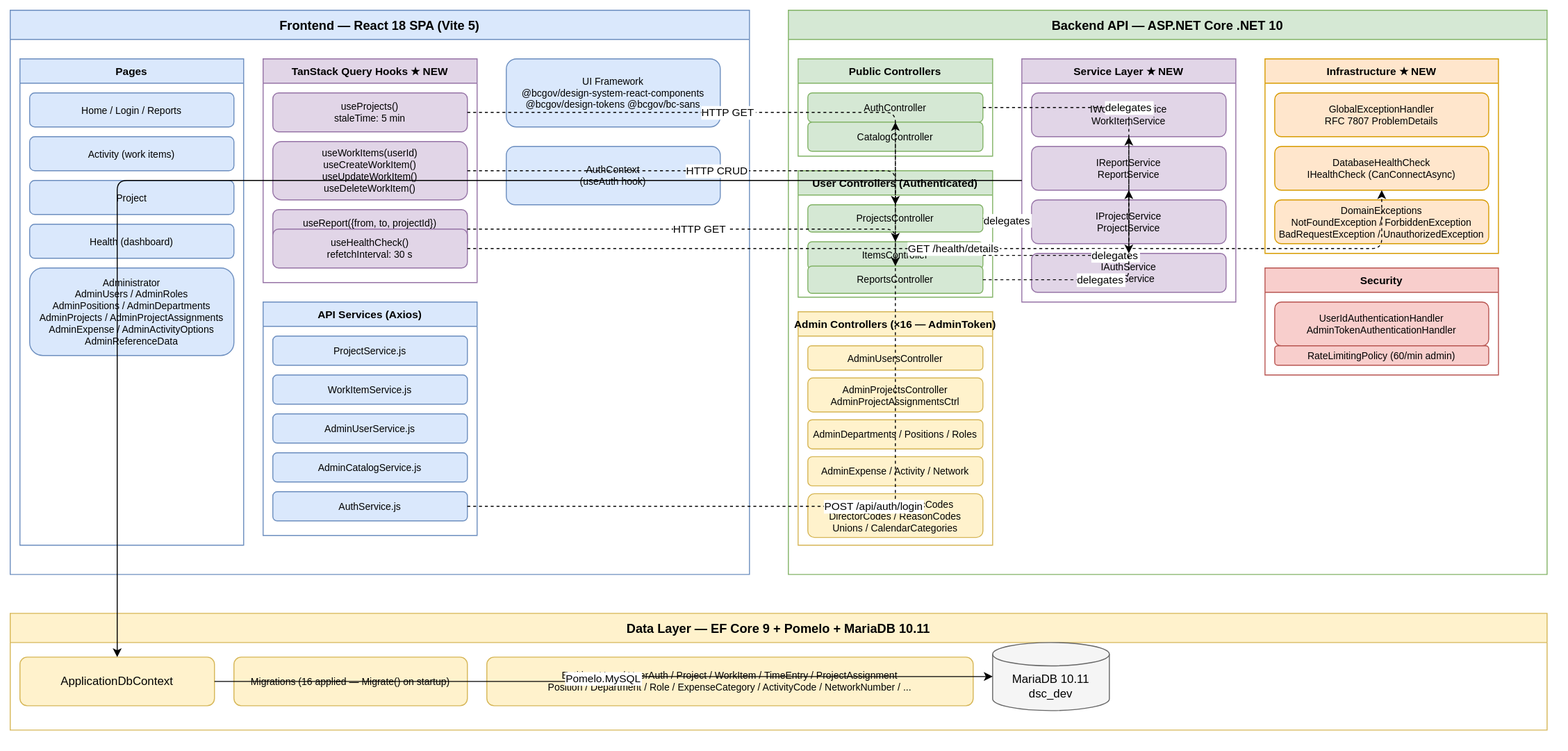
This is diagrams/drawio/svg/component-diagram.svg from rloisell/DSC-modernization, a draw.io export, as it was before one commit. Source tidied: cells renumbered, new cells last; positions are measured from the earlier drawing's top-left corner, leaving out a move shared by most shapes. The source it was exported from:
```xml
<mxGraphModel>
  <root>
    <mxCell id="0" />
    <mxCell id="1" parent="0" />
    <mxCell id="2" value="Frontend — React 18 SPA (Vite 5)" style="swimlane;startSize=30;fillColor=#dae8fc;strokeColor=#6c8ebf;fontStyle=1;fontSize=13;" parent="1" vertex="1">
      <mxGeometry width="760" height="580" as="geometry" />
    </mxCell>
    <mxCell id="3" value="Pages" style="swimlane;startSize=25;fillColor=#dae8fc;strokeColor=#6c8ebf;fontSize=11;" parent="2" vertex="1">
      <mxGeometry x="10" y="50" width="230" height="500" as="geometry" />
    </mxCell>
    <mxCell id="4" value="Home / Login / Reports" style="rounded=1;whiteSpace=wrap;html=1;fillColor=#dae8fc;strokeColor=#6c8ebf;fontSize=10;" parent="3" vertex="1">
      <mxGeometry x="10" y="35" width="210" height="35" as="geometry" />
    </mxCell>
    <mxCell id="5" value="Activity (work items)" style="rounded=1;whiteSpace=wrap;html=1;fillColor=#dae8fc;strokeColor=#6c8ebf;fontSize=10;" parent="3" vertex="1">
      <mxGeometry x="10" y="80" width="210" height="35" as="geometry" />
    </mxCell>
    <mxCell id="6" value="Project" style="rounded=1;whiteSpace=wrap;html=1;fillColor=#dae8fc;strokeColor=#6c8ebf;fontSize=10;" parent="3" vertex="1">
      <mxGeometry x="10" y="125" width="210" height="35" as="geometry" />
    </mxCell>
    <mxCell id="7" value="Health (dashboard)" style="rounded=1;whiteSpace=wrap;html=1;fillColor=#dae8fc;strokeColor=#6c8ebf;fontSize=10;" parent="3" vertex="1">
      <mxGeometry x="10" y="170" width="210" height="35" as="geometry" />
    </mxCell>
    <mxCell id="8" value="Administrator&#10;AdminUsers / AdminRoles&#10;AdminPositions / AdminDepartments&#10;AdminProjects / AdminProjectAssignments&#10;AdminExpense / AdminActivityOptions&#10;AdminReferenceData" style="rounded=1;whiteSpace=wrap;html=1;fillColor=#dae8fc;strokeColor=#6c8ebf;fontSize=10;" parent="3" vertex="1">
      <mxGeometry x="10" y="215" width="210" height="90" as="geometry" />
    </mxCell>
    <mxCell id="9" value="TanStack Query Hooks  ★ NEW" style="swimlane;startSize=25;fillColor=#e1d5e7;strokeColor=#9673a6;fontSize=11;" parent="2" vertex="1">
      <mxGeometry x="260" y="50" width="220" height="230" as="geometry" />
    </mxCell>
    <mxCell id="10" value="useProjects()&#10;staleTime: 5 min" style="rounded=1;whiteSpace=wrap;html=1;fillColor=#e1d5e7;strokeColor=#9673a6;fontSize=10;" parent="9" vertex="1">
      <mxGeometry x="10" y="35" width="200" height="40" as="geometry" />
    </mxCell>
    <mxCell id="11" value="useWorkItems(userId)&#10;useCreateWorkItem()&#10;useUpdateWorkItem()&#10;useDeleteWorkItem()" style="rounded=1;whiteSpace=wrap;html=1;fillColor=#e1d5e7;strokeColor=#9673a6;fontSize=10;" parent="9" vertex="1">
      <mxGeometry x="10" y="85" width="200" height="60" as="geometry" />
    </mxCell>
    <mxCell id="12" value="useReport({from, to, projectId})&#10;staleTime: 30 s" style="rounded=1;whiteSpace=wrap;html=1;fillColor=#e1d5e7;strokeColor=#9673a6;fontSize=10;" parent="9" vertex="1">
      <mxGeometry x="10" y="155" width="200" height="40" as="geometry" />
    </mxCell>
    <mxCell id="13" value="useHealthCheck()&#10;refetchInterval: 30 s" style="rounded=1;whiteSpace=wrap;html=1;fillColor=#e1d5e7;strokeColor=#9673a6;fontSize=10;" parent="9" vertex="1">
      <mxGeometry x="10" y="175" width="200" height="40" as="geometry" />
    </mxCell>
    <mxCell id="14" value="API Services (Axios)" style="swimlane;startSize=25;fillColor=#dae8fc;strokeColor=#6c8ebf;fontSize=11;" parent="2" vertex="1">
      <mxGeometry x="260" y="300" width="220" height="240" as="geometry" />
    </mxCell>
    <mxCell id="15" value="ProjectService.js" style="rounded=1;whiteSpace=wrap;html=1;fillColor=#dae8fc;strokeColor=#6c8ebf;fontSize=10;" parent="14" vertex="1">
      <mxGeometry x="10" y="35" width="200" height="30" as="geometry" />
    </mxCell>
    <mxCell id="16" value="WorkItemService.js" style="rounded=1;whiteSpace=wrap;html=1;fillColor=#dae8fc;strokeColor=#6c8ebf;fontSize=10;" parent="14" vertex="1">
      <mxGeometry x="10" y="75" width="200" height="30" as="geometry" />
    </mxCell>
    <mxCell id="17" value="AdminUserService.js" style="rounded=1;whiteSpace=wrap;html=1;fillColor=#dae8fc;strokeColor=#6c8ebf;fontSize=10;" parent="14" vertex="1">
      <mxGeometry x="10" y="115" width="200" height="30" as="geometry" />
    </mxCell>
    <mxCell id="18" value="AdminCatalogService.js" style="rounded=1;whiteSpace=wrap;html=1;fillColor=#dae8fc;strokeColor=#6c8ebf;fontSize=10;" parent="14" vertex="1">
      <mxGeometry x="10" y="155" width="200" height="30" as="geometry" />
    </mxCell>
    <mxCell id="19" value="AuthService.js" style="rounded=1;whiteSpace=wrap;html=1;fillColor=#dae8fc;strokeColor=#6c8ebf;fontSize=10;" parent="14" vertex="1">
      <mxGeometry x="10" y="195" width="200" height="30" as="geometry" />
    </mxCell>
    <mxCell id="20" value="UI Framework&#10;@bcgov/design-system-react-components&#10;@bcgov/design-tokens  @bcgov/bc-sans" style="rounded=1;whiteSpace=wrap;html=1;fillColor=#dae8fc;strokeColor=#6c8ebf;fontSize=10;" parent="2" vertex="1">
      <mxGeometry x="510" y="50" width="220" height="70" as="geometry" />
    </mxCell>
    <mxCell id="21" value="AuthContext&#10;(useAuth hook)" style="rounded=1;whiteSpace=wrap;html=1;fillColor=#dae8fc;strokeColor=#6c8ebf;fontSize=10;" parent="2" vertex="1">
      <mxGeometry x="510" y="140" width="220" height="60" as="geometry" />
    </mxCell>
    <mxCell id="22" value="Backend API — ASP.NET Core .NET 10" style="swimlane;startSize=30;fillColor=#d5e8d4;strokeColor=#82b366;fontStyle=1;fontSize=13;" parent="1" vertex="1">
      <mxGeometry x="800" width="780" height="580" as="geometry" />
    </mxCell>
    <mxCell id="23" value="Public Controllers" style="swimlane;startSize=25;fillColor=#d5e8d4;strokeColor=#82b366;fontSize=11;" parent="22" vertex="1">
      <mxGeometry x="10" y="50" width="200" height="100" as="geometry" />
    </mxCell>
    <mxCell id="24" value="AuthController" style="rounded=1;whiteSpace=wrap;html=1;fillColor=#d5e8d4;strokeColor=#82b366;fontSize=10;" parent="23" vertex="1">
      <mxGeometry x="10" y="35" width="180" height="30" as="geometry" />
    </mxCell>
    <mxCell id="25" value="CatalogController" style="rounded=1;whiteSpace=wrap;html=1;fillColor=#d5e8d4;strokeColor=#82b366;fontSize=10;" parent="23" vertex="1">
      <mxGeometry x="10" y="65" width="180" height="30" as="geometry" />
    </mxCell>
    <mxCell id="26" value="User Controllers (Authenticated)" style="swimlane;startSize=25;fillColor=#d5e8d4;strokeColor=#82b366;fontSize=11;" parent="22" vertex="1">
      <mxGeometry x="10" y="165" width="200" height="130" as="geometry" />
    </mxCell>
    <mxCell id="27" value="ProjectsController" style="rounded=1;whiteSpace=wrap;html=1;fillColor=#d5e8d4;strokeColor=#82b366;fontSize=10;" parent="26" vertex="1">
      <mxGeometry x="10" y="35" width="180" height="28" as="geometry" />
    </mxCell>
    <mxCell id="28" value="ItemsController" style="rounded=1;whiteSpace=wrap;html=1;fillColor=#d5e8d4;strokeColor=#82b366;fontSize=10;" parent="26" vertex="1">
      <mxGeometry x="10" y="73" width="180" height="28" as="geometry" />
    </mxCell>
    <mxCell id="29" value="ReportsController" style="rounded=1;whiteSpace=wrap;html=1;fillColor=#d5e8d4;strokeColor=#82b366;fontSize=10;" parent="26" vertex="1">
      <mxGeometry x="10" y="98" width="180" height="28" as="geometry" />
    </mxCell>
    <mxCell id="30" value="Admin Controllers (×16 — AdminToken)" style="swimlane;startSize=25;fillColor=#fff2cc;strokeColor=#d6b656;fontSize=11;" parent="22" vertex="1">
      <mxGeometry x="10" y="310" width="200" height="240" as="geometry" />
    </mxCell>
    <mxCell id="31" value="AdminUsersController" style="rounded=1;whiteSpace=wrap;html=1;fillColor=#fff2cc;strokeColor=#d6b656;fontSize=10;" parent="30" vertex="1">
      <mxGeometry x="10" y="35" width="180" height="25" as="geometry" />
    </mxCell>
    <mxCell id="32" value="AdminProjectsController&#10;AdminProjectAssignmentsCtrl" style="rounded=1;whiteSpace=wrap;html=1;fillColor=#fff2cc;strokeColor=#d6b656;fontSize=10;" parent="30" vertex="1">
      <mxGeometry x="10" y="68" width="180" height="35" as="geometry" />
    </mxCell>
    <mxCell id="33" value="AdminDepartments / Positions / Roles" style="rounded=1;whiteSpace=wrap;html=1;fillColor=#fff2cc;strokeColor=#d6b656;fontSize=10;" parent="30" vertex="1">
      <mxGeometry x="10" y="111" width="180" height="30" as="geometry" />
    </mxCell>
    <mxCell id="34" value="AdminExpense / Activity / Network" style="rounded=1;whiteSpace=wrap;html=1;fillColor=#fff2cc;strokeColor=#d6b656;fontSize=10;" parent="30" vertex="1">
      <mxGeometry x="10" y="149" width="180" height="30" as="geometry" />
    </mxCell>
    <mxCell id="35" value="AdminBudgets / CpcCodes&#10;DirectorCodes / ReasonCodes&#10;Unions / CalendarCategories" style="rounded=1;whiteSpace=wrap;html=1;fillColor=#fff2cc;strokeColor=#d6b656;fontSize=10;" parent="30" vertex="1">
      <mxGeometry x="10" y="187" width="180" height="45" as="geometry" />
    </mxCell>
    <mxCell id="36" value="Service Layer  ★ NEW" style="swimlane;startSize=25;fillColor=#e1d5e7;strokeColor=#9673a6;fontSize=11;" parent="22" vertex="1">
      <mxGeometry x="240" y="50" width="220" height="250" as="geometry" />
    </mxCell>
    <mxCell id="37" value="IWorkItemService&#10;WorkItemService" style="rounded=1;whiteSpace=wrap;html=1;fillColor=#e1d5e7;strokeColor=#9673a6;fontSize=10;" parent="36" vertex="1">
      <mxGeometry x="10" y="35" width="200" height="45" as="geometry" />
    </mxCell>
    <mxCell id="38" value="IReportService&#10;ReportService" style="rounded=1;whiteSpace=wrap;html=1;fillColor=#e1d5e7;strokeColor=#9673a6;fontSize=10;" parent="36" vertex="1">
      <mxGeometry x="10" y="90" width="200" height="45" as="geometry" />
    </mxCell>
    <mxCell id="39" value="IProjectService&#10;ProjectService" style="rounded=1;whiteSpace=wrap;html=1;fillColor=#e1d5e7;strokeColor=#9673a6;fontSize=10;" parent="36" vertex="1">
      <mxGeometry x="10" y="145" width="200" height="45" as="geometry" />
    </mxCell>
    <mxCell id="40" value="IAuthService&#10;AuthService" style="rounded=1;whiteSpace=wrap;html=1;fillColor=#e1d5e7;strokeColor=#9673a6;fontSize=10;" parent="36" vertex="1">
      <mxGeometry x="10" y="200" width="200" height="40" as="geometry" />
    </mxCell>
    <mxCell id="41" value="Infrastructure  ★ NEW" style="swimlane;startSize=25;fillColor=#ffe6cc;strokeColor=#d79b00;fontSize=11;" parent="22" vertex="1">
      <mxGeometry x="490" y="50" width="240" height="200" as="geometry" />
    </mxCell>
    <mxCell id="42" value="GlobalExceptionHandler&#10;RFC 7807 ProblemDetails" style="rounded=1;whiteSpace=wrap;html=1;fillColor=#ffe6cc;strokeColor=#d79b00;fontSize=10;" parent="41" vertex="1">
      <mxGeometry x="10" y="35" width="220" height="45" as="geometry" />
    </mxCell>
    <mxCell id="43" value="DatabaseHealthCheck&#10;IHealthCheck (CanConnectAsync)" style="rounded=1;whiteSpace=wrap;html=1;fillColor=#ffe6cc;strokeColor=#d79b00;fontSize=10;" parent="41" vertex="1">
      <mxGeometry x="10" y="90" width="220" height="45" as="geometry" />
    </mxCell>
    <mxCell id="44" value="DomainExceptions&#10;NotFoundException / ForbiddenException&#10;BadRequestException / UnauthorizedException" style="rounded=1;whiteSpace=wrap;html=1;fillColor=#ffe6cc;strokeColor=#d79b00;fontSize=10;" parent="41" vertex="1">
      <mxGeometry x="10" y="145" width="220" height="45" as="geometry" />
    </mxCell>
    <mxCell id="45" value="Security" style="swimlane;startSize=25;fillColor=#f8cecc;strokeColor=#b85450;fontSize=11;" parent="22" vertex="1">
      <mxGeometry x="490" y="265" width="240" height="110" as="geometry" />
    </mxCell>
    <mxCell id="46" value="UserIdAuthenticationHandler&#10;AdminTokenAuthenticationHandler" style="rounded=1;whiteSpace=wrap;html=1;fillColor=#f8cecc;strokeColor=#b85450;fontSize=10;" parent="45" vertex="1">
      <mxGeometry x="10" y="35" width="220" height="45" as="geometry" />
    </mxCell>
    <mxCell id="47" value="RateLimitingPolicy (60/min admin)" style="rounded=1;whiteSpace=wrap;html=1;fillColor=#f8cecc;strokeColor=#b85450;fontSize=10;" parent="45" vertex="1">
      <mxGeometry x="10" y="80" width="220" height="20" as="geometry" />
    </mxCell>
    <mxCell id="48" value="Data Layer — EF Core 9 + Pomelo + MariaDB 10.11" style="swimlane;startSize=30;fillColor=#fff2cc;strokeColor=#d6b656;fontStyle=1;fontSize=13;" parent="1" vertex="1">
      <mxGeometry y="620" width="1580" height="120" as="geometry" />
    </mxCell>
    <mxCell id="49" value="ApplicationDbContext" style="rounded=1;whiteSpace=wrap;html=1;fillColor=#fff2cc;strokeColor=#d6b656;" parent="48" vertex="1">
      <mxGeometry x="10" y="45" width="200" height="50" as="geometry" />
    </mxCell>
    <mxCell id="50" value="Migrations (16 applied — Migrate() on startup)" style="rounded=1;whiteSpace=wrap;html=1;fillColor=#fff2cc;strokeColor=#d6b656;fontSize=10;" parent="48" vertex="1">
      <mxGeometry x="230" y="45" width="240" height="50" as="geometry" />
    </mxCell>
    <mxCell id="51" value="Entities: User / UserAuth / Project / WorkItem / TimeEntry / ProjectAssignment&#10;Position / Department / Role / ExpenseCategory / ActivityCode / NetworkNumber / ..." style="rounded=1;whiteSpace=wrap;html=1;fillColor=#fff2cc;strokeColor=#d6b656;fontSize=10;" parent="48" vertex="1">
      <mxGeometry x="490" y="45" width="500" height="50" as="geometry" />
    </mxCell>
    <mxCell id="52" value="MariaDB 10.11&#10;dsc_dev" style="shape=cylinder3;whiteSpace=wrap;html=1;boundedLbl=1;backgroundOutline=1;size=12;fillColor=#f5f5f5;strokeColor=#666666;" parent="48" vertex="1">
      <mxGeometry x="1010" y="30" width="120" height="70" as="geometry" />
    </mxCell>
    <mxCell id="53" value="HTTP GET" style="edgeStyle=orthogonalEdgeStyle;dashed=1;" parent="1" edge="1" source="10" target="27">
      <mxGeometry relative="1" as="geometry" />
    </mxCell>
    <mxCell id="54" value="HTTP CRUD" style="edgeStyle=orthogonalEdgeStyle;dashed=1;" parent="1" edge="1" source="11" target="28">
      <mxGeometry relative="1" as="geometry" />
    </mxCell>
    <mxCell id="55" value="HTTP GET" style="edgeStyle=orthogonalEdgeStyle;dashed=1;" parent="1" edge="1" source="12" target="29">
      <mxGeometry relative="1" as="geometry" />
    </mxCell>
    <mxCell id="56" value="GET /health/details" style="edgeStyle=orthogonalEdgeStyle;dashed=1;" parent="1" edge="1" source="13" target="43">
      <mxGeometry relative="1" as="geometry" />
    </mxCell>
    <mxCell id="57" value="POST /api/auth/login" style="edgeStyle=orthogonalEdgeStyle;dashed=1;" parent="1" edge="1" source="19" target="24">
      <mxGeometry relative="1" as="geometry" />
    </mxCell>
    <mxCell id="58" value="delegates" style="edgeStyle=orthogonalEdgeStyle;dashed=1;" parent="1" edge="1" source="27" target="39">
      <mxGeometry relative="1" as="geometry" />
    </mxCell>
    <mxCell id="59" value="delegates" style="edgeStyle=orthogonalEdgeStyle;dashed=1;" parent="1" edge="1" source="28" target="37">
      <mxGeometry relative="1" as="geometry" />
    </mxCell>
    <mxCell id="60" value="delegates" style="edgeStyle=orthogonalEdgeStyle;dashed=1;" parent="1" edge="1" source="29" target="38">
      <mxGeometry relative="1" as="geometry" />
    </mxCell>
    <mxCell id="61" value="delegates" style="edgeStyle=orthogonalEdgeStyle;dashed=1;" parent="1" edge="1" source="24" target="40">
      <mxGeometry relative="1" as="geometry" />
    </mxCell>
    <mxCell id="62" style="edgeStyle=orthogonalEdgeStyle;" parent="1" edge="1" source="36" target="49">
      <mxGeometry relative="1" as="geometry" />
    </mxCell>
    <mxCell id="63" value="Pomelo.MySQL" style="edgeStyle=orthogonalEdgeStyle;" parent="1" edge="1" source="49" target="52">
      <mxGeometry relative="1" as="geometry" />
    </mxCell>
  </root>
</mxGraphModel>
```
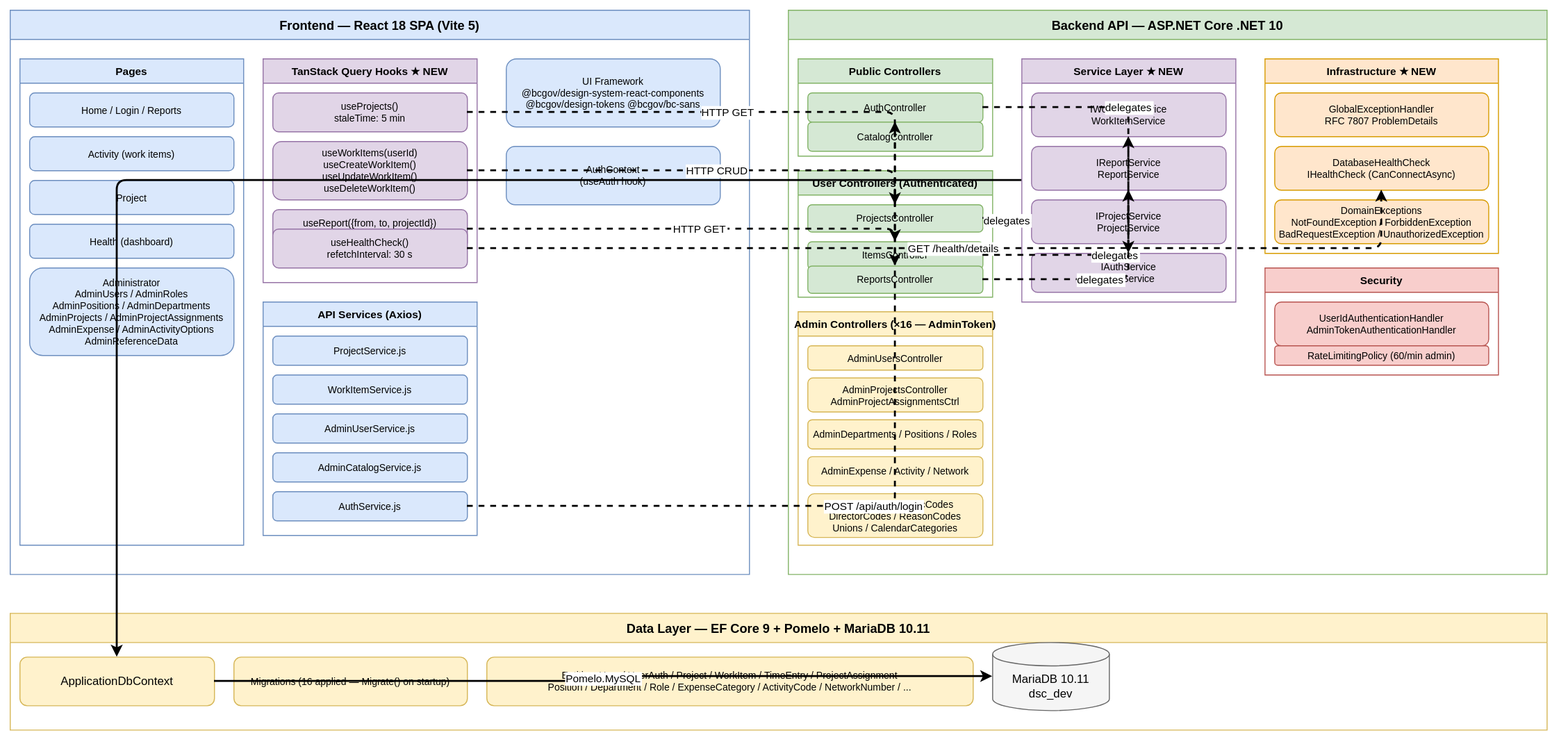
The same file after the commit.

Diff of the diagram source:
```diff
@@ -1,4 +1,4 @@
-<mxGraphModel>
+<mxGraphModel background="#ffffff">
   <root>
     <mxCell id="0" />
     <mxCell id="1" parent="0" />
@@ -155,37 +155,37 @@
     <mxCell id="52" value="MariaDB 10.11&#10;dsc_dev" style="shape=cylinder3;whiteSpace=wrap;html=1;boundedLbl=1;backgroundOutline=1;size=12;fillColor=#f5f5f5;strokeColor=#666666;" parent="48" vertex="1">
       <mxGeometry x="1010" y="30" width="120" height="70" as="geometry" />
     </mxCell>
-    <mxCell id="53" value="HTTP GET" style="edgeStyle=orthogonalEdgeStyle;dashed=1;" parent="1" edge="1" source="10" target="27">
+    <mxCell id="53" value="HTTP GET" style="edgeStyle=orthogonalEdgeStyle;dashed=1;strokeWidth=2;" parent="1" edge="1" source="10" target="27">
       <mxGeometry relative="1" as="geometry" />
     </mxCell>
-    <mxCell id="54" value="HTTP CRUD" style="edgeStyle=orthogonalEdgeStyle;dashed=1;" parent="1" edge="1" source="11" target="28">
+    <mxCell id="54" value="HTTP CRUD" style="edgeStyle=orthogonalEdgeStyle;dashed=1;strokeWidth=2;" parent="1" edge="1" source="11" target="28">
       <mxGeometry relative="1" as="geometry" />
     </mxCell>
-    <mxCell id="55" value="HTTP GET" style="edgeStyle=orthogonalEdgeStyle;dashed=1;" parent="1" edge="1" source="12" target="29">
+    <mxCell id="55" value="HTTP GET" style="edgeStyle=orthogonalEdgeStyle;dashed=1;strokeWidth=2;" parent="1" edge="1" source="12" target="29">
       <mxGeometry relative="1" as="geometry" />
     </mxCell>
-    <mxCell id="56" value="GET /health/details" style="edgeStyle=orthogonalEdgeStyle;dashed=1;" parent="1" edge="1" source="13" target="43">
+    <mxCell id="56" value="GET /health/details" style="edgeStyle=orthogonalEdgeStyle;dashed=1;strokeWidth=2;" parent="1" edge="1" source="13" target="43">
       <mxGeometry relative="1" as="geometry" />
     </mxCell>
-    <mxCell id="57" value="POST /api/auth/login" style="edgeStyle=orthogonalEdgeStyle;dashed=1;" parent="1" edge="1" source="19" target="24">
+    <mxCell id="57" value="POST /api/auth/login" style="edgeStyle=orthogonalEdgeStyle;dashed=1;strokeWidth=2;" parent="1" edge="1" source="19" target="24">
       <mxGeometry relative="1" as="geometry" />
     </mxCell>
-    <mxCell id="58" value="delegates" style="edgeStyle=orthogonalEdgeStyle;dashed=1;" parent="1" edge="1" source="27" target="39">
+    <mxCell id="58" value="delegates" style="edgeStyle=orthogonalEdgeStyle;dashed=1;strokeWidth=2;" parent="1" edge="1" source="27" target="39">
       <mxGeometry relative="1" as="geometry" />
     </mxCell>
-    <mxCell id="59" value="delegates" style="edgeStyle=orthogonalEdgeStyle;dashed=1;" parent="1" edge="1" source="28" target="37">
+    <mxCell id="59" value="delegates" style="edgeStyle=orthogonalEdgeStyle;dashed=1;strokeWidth=2;" parent="1" edge="1" source="28" target="37">
       <mxGeometry relative="1" as="geometry" />
     </mxCell>
-    <mxCell id="60" value="delegates" style="edgeStyle=orthogonalEdgeStyle;dashed=1;" parent="1" edge="1" source="29" target="38">
+    <mxCell id="60" value="delegates" style="edgeStyle=orthogonalEdgeStyle;dashed=1;strokeWidth=2;" parent="1" edge="1" source="29" target="38">
       <mxGeometry relative="1" as="geometry" />
     </mxCell>
-    <mxCell id="61" value="delegates" style="edgeStyle=orthogonalEdgeStyle;dashed=1;" parent="1" edge="1" source="24" target="40">
+    <mxCell id="61" value="delegates" style="edgeStyle=orthogonalEdgeStyle;dashed=1;strokeWidth=2;" parent="1" edge="1" source="24" target="40">
       <mxGeometry relative="1" as="geometry" />
     </mxCell>
-    <mxCell id="62" style="edgeStyle=orthogonalEdgeStyle;" parent="1" edge="1" source="36" target="49">
+    <mxCell id="62" style="edgeStyle=orthogonalEdgeStyle;strokeWidth=2;" parent="1" edge="1" source="36" target="49">
       <mxGeometry relative="1" as="geometry" />
     </mxCell>
-    <mxCell id="63" value="Pomelo.MySQL" style="edgeStyle=orthogonalEdgeStyle;" parent="1" edge="1" source="49" target="52">
+    <mxCell id="63" value="Pomelo.MySQL" style="edgeStyle=orthogonalEdgeStyle;strokeWidth=2;" parent="1" edge="1" source="49" target="52">
       <mxGeometry relative="1" as="geometry" />
     </mxCell>
   </root>
```
